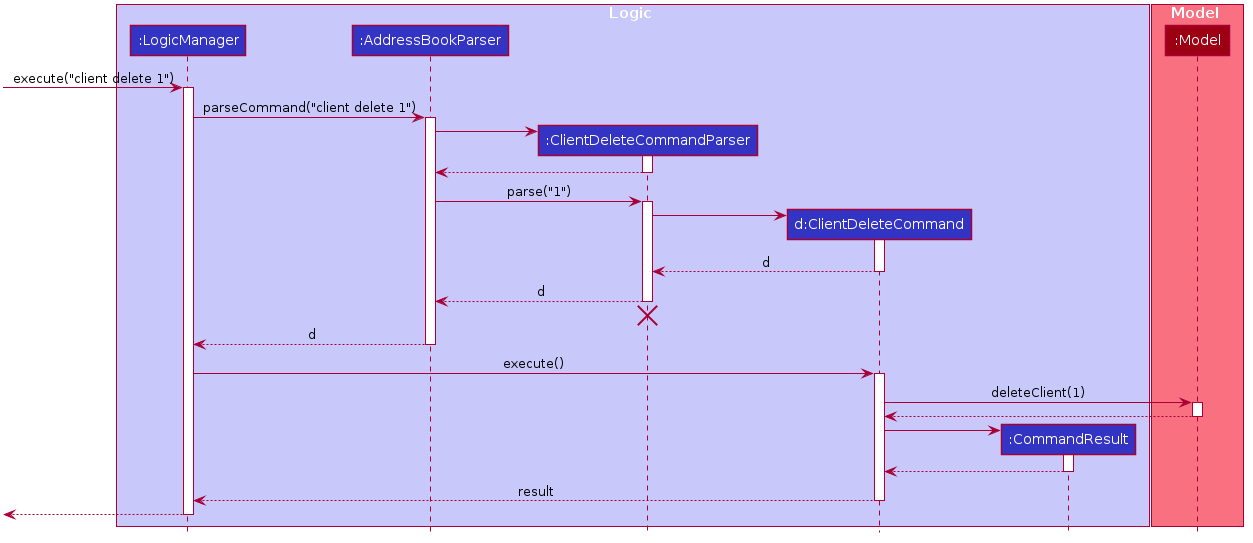
Before: docs/images/DeleteSequenceDiagram.png, a diagram exported from PlantUML (tankangliang/tp). Its diagram source:
```plantuml
@startuml








skinparam BackgroundColor #FFFFFFF

skinparam Shadowing false

skinparam Class {
    FontColor #FFFFFF
    BorderThickness 1
    BorderColor #FFFFFF
    StereotypeFontColor #FFFFFF
    FontName Arial
}

skinparam Actor {
    BorderColor #000000
    Color #000000
    FontName Arial
}

skinparam Sequence {
    MessageAlign center
    BoxFontSize 15
    BoxPadding 0
    BoxFontColor #FFFFFF
    FontName Arial
}

skinparam Participant {
    FontColor #FFFFFFF
    Padding 20
}

skinparam MinClassWidth 50
skinparam ParticipantPadding 10
skinparam Shadowing false
skinparam DefaultTextAlignment center
skinparam packageStyle Rectangle

hide footbox
hide members
hide circle

box Logic #C8C8FA
participant ":LogicManager" as LogicManager #3333C4
participant ":AddressBookParser" as AddressBookParser #3333C4
participant ":ClientDeleteCommandParser" as ClientDeleteCommandParser #3333C4
participant "d:ClientDeleteCommand" as ClientDeleteCommand #3333C4
participant ":CommandResult" as CommandResult #3333C4
end box

box Model #F97181
participant ":Model" as Model #9D0012
end box

[-> LogicManager : execute("client delete 1")
activate LogicManager

LogicManager -> AddressBookParser : parseCommand("client delete 1")
activate AddressBookParser

create ClientDeleteCommandParser
AddressBookParser -> ClientDeleteCommandParser
activate ClientDeleteCommandParser

ClientDeleteCommandParser --> AddressBookParser
deactivate ClientDeleteCommandParser

AddressBookParser -> ClientDeleteCommandParser : parse("1")
activate ClientDeleteCommandParser

create ClientDeleteCommand
ClientDeleteCommandParser -> ClientDeleteCommand
activate ClientDeleteCommand

ClientDeleteCommand --> ClientDeleteCommandParser : d
deactivate ClientDeleteCommand

ClientDeleteCommandParser --> AddressBookParser : d
deactivate ClientDeleteCommandParser
ClientDeleteCommandParser -[hidden]-> AddressBookParser
destroy ClientDeleteCommandParser

AddressBookParser --> LogicManager : d
deactivate AddressBookParser

LogicManager -> ClientDeleteCommand : execute()
activate ClientDeleteCommand

ClientDeleteCommand -> Model : deleteClient(1)
activate Model

Model --> ClientDeleteCommand
deactivate Model

create CommandResult
ClientDeleteCommand -> CommandResult
activate CommandResult

CommandResult --> ClientDeleteCommand
deactivate CommandResult

ClientDeleteCommand --> LogicManager : result
deactivate ClientDeleteCommand

[<--LogicManager
deactivate LogicManager
@enduml
```
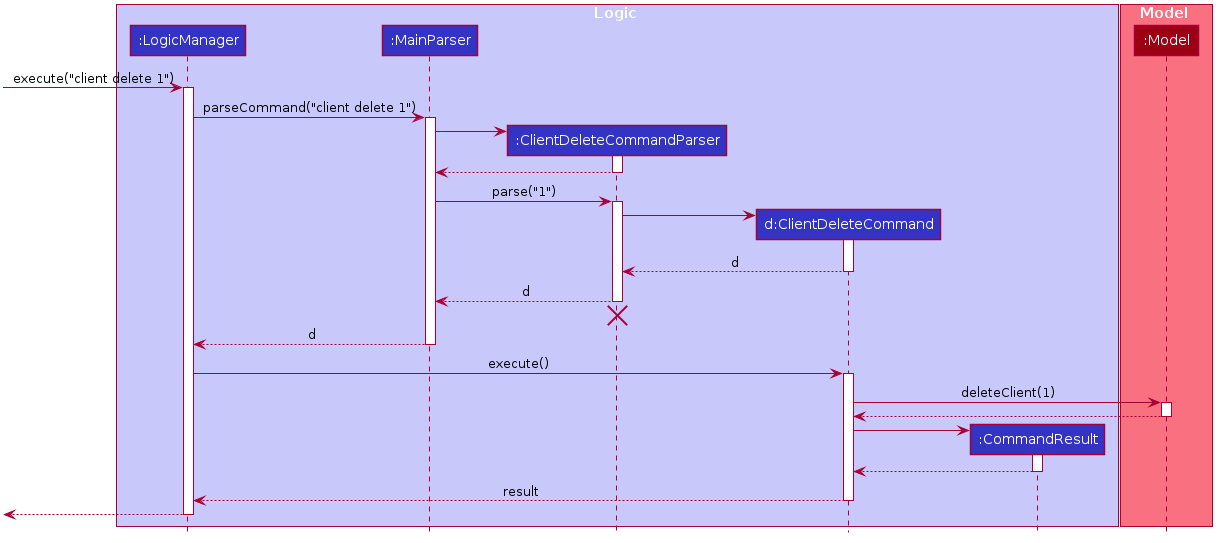
The same file after the commit.

Change to the diagram source:
```diff
@@ -50,7 +50,7 @@
 
 box Logic #C8C8FA
 participant ":LogicManager" as LogicManager #3333C4
-participant ":AddressBookParser" as AddressBookParser #3333C4
+participant ":MainParser" as MainParser #3333C4
 participant ":ClientDeleteCommandParser" as ClientDeleteCommandParser #3333C4
 participant "d:ClientDeleteCommand" as ClientDeleteCommand #3333C4
 participant ":CommandResult" as CommandResult #3333C4
@@ -63,17 +63,17 @@
 [-> LogicManager : execute("client delete 1")
 activate LogicManager
 
-LogicManager -> AddressBookParser : parseCommand("client delete 1")
-activate AddressBookParser
+LogicManager -> MainParser : parseCommand("client delete 1")
+activate MainParser
 
 create ClientDeleteCommandParser
-AddressBookParser -> ClientDeleteCommandParser
+MainParser -> ClientDeleteCommandParser
 activate ClientDeleteCommandParser
 
-ClientDeleteCommandParser --> AddressBookParser
+ClientDeleteCommandParser --> MainParser
 deactivate ClientDeleteCommandParser
 
-AddressBookParser -> ClientDeleteCommandParser : parse("1")
+MainParser -> ClientDeleteCommandParser : parse("1")
 activate ClientDeleteCommandParser
 
 create ClientDeleteCommand
@@ -83,13 +83,13 @@
 ClientDeleteCommand --> ClientDeleteCommandParser : d
 deactivate ClientDeleteCommand
 
-ClientDeleteCommandParser --> AddressBookParser : d
+ClientDeleteCommandParser --> MainParser : d
 deactivate ClientDeleteCommandParser
-ClientDeleteCommandParser -[hidden]-> AddressBookParser
+ClientDeleteCommandParser -[hidden]-> MainParser
 destroy ClientDeleteCommandParser
 
-AddressBookParser --> LogicManager : d
-deactivate AddressBookParser
+MainParser --> LogicManager : d
+deactivate MainParser
 
 LogicManager -> ClientDeleteCommand : execute()
 activate ClientDeleteCommand
```
